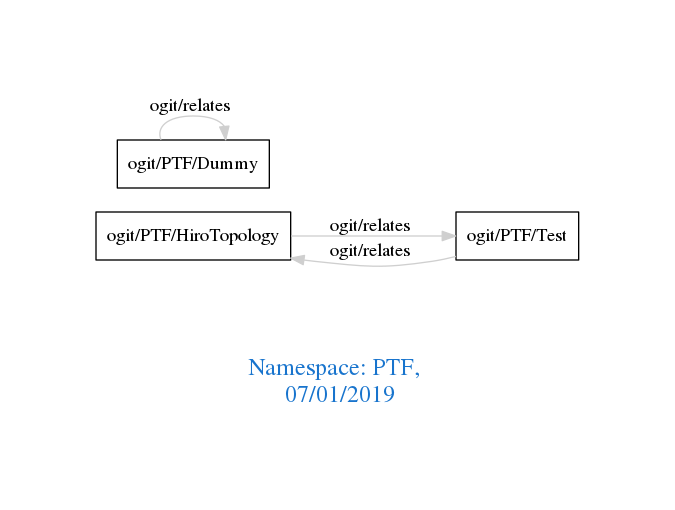
This is downloads/PTF.png from arago/OGIT, a Graphviz export, as it was before one commit. Its source is kept beside it as downloads/PTF.dot.
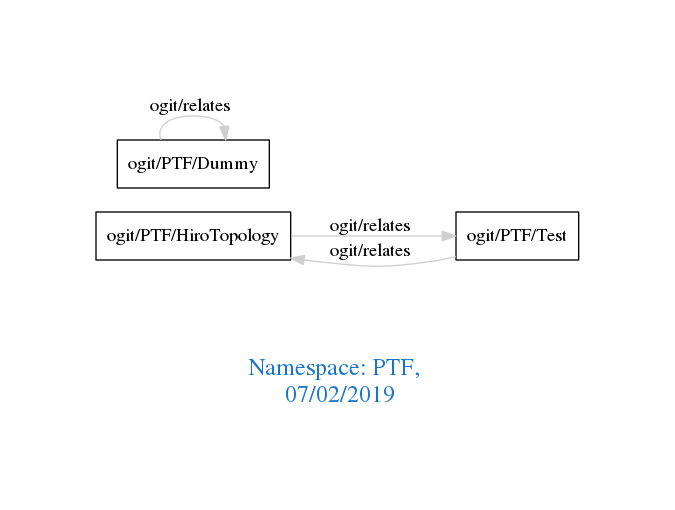
The same file after the commit.

Change to the diagram source:
```diff
@@ -1,7 +1,7 @@
 digraph OGIT_ontology {
  graph [ rankdir= LR,pad=1
 fontsize = 18,
-fontcolor= dodgerblue3,label = "\n\n\nNamespace: PTF, \n 07/01/2019"];
+fontcolor= dodgerblue3,label = "\n\n\nNamespace: PTF, \n 07/02/2019"];
 node[shape=polygon];
 edge [  color="gray81"];
 
```
